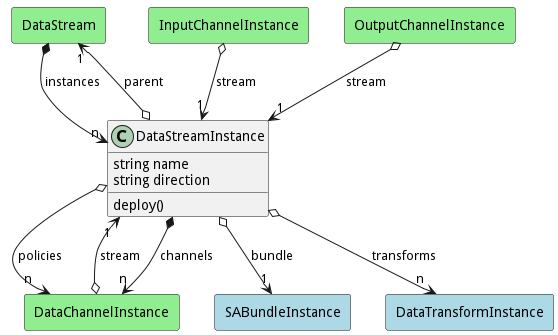
Above: docs/sabr/diml/dsm/models/datastreaminstance/logical.png in madajaju/sabr (PlantUML), before the change.
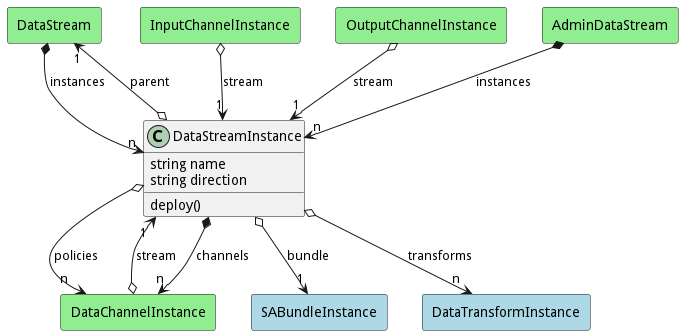
Above is the later version.

The edit, as a diff of the source:
```diff
@@ -60,5 +60,10 @@
 
         OutputChannelInstance   o--> "1" Model : "stream"
 
+    rectangle "AdminDataStream" as AdminDataStream #lightgreen {
+    }
+
+        AdminDataStream   *--> "n" Model : "instances"
+
 
 @enduml
```
